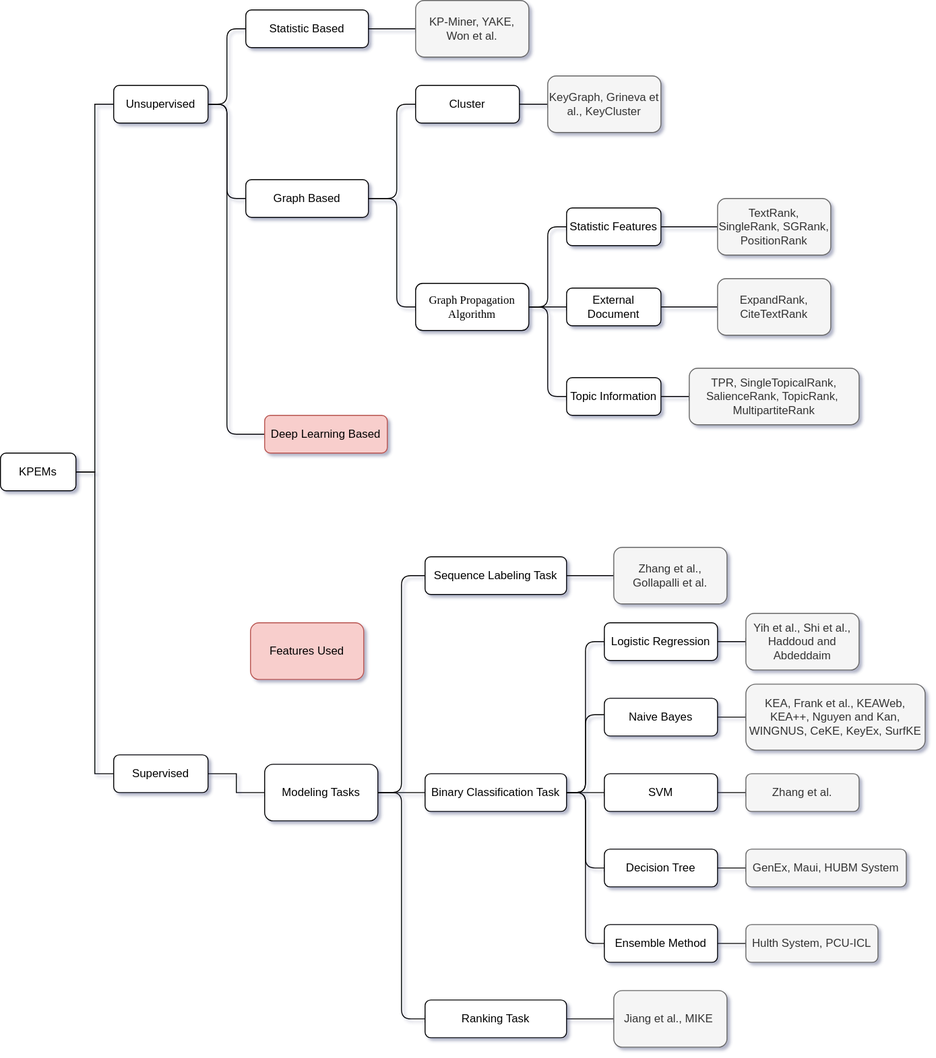
This is 草稿/Untitled Diagram.drawio.svg from sjchasel/stock_prediction, a draw.io export, as it was before one commit. Source tidied: cells renumbered, new cells last; positions are measured from the earlier drawing's top-left corner, leaving out a move shared by most shapes.
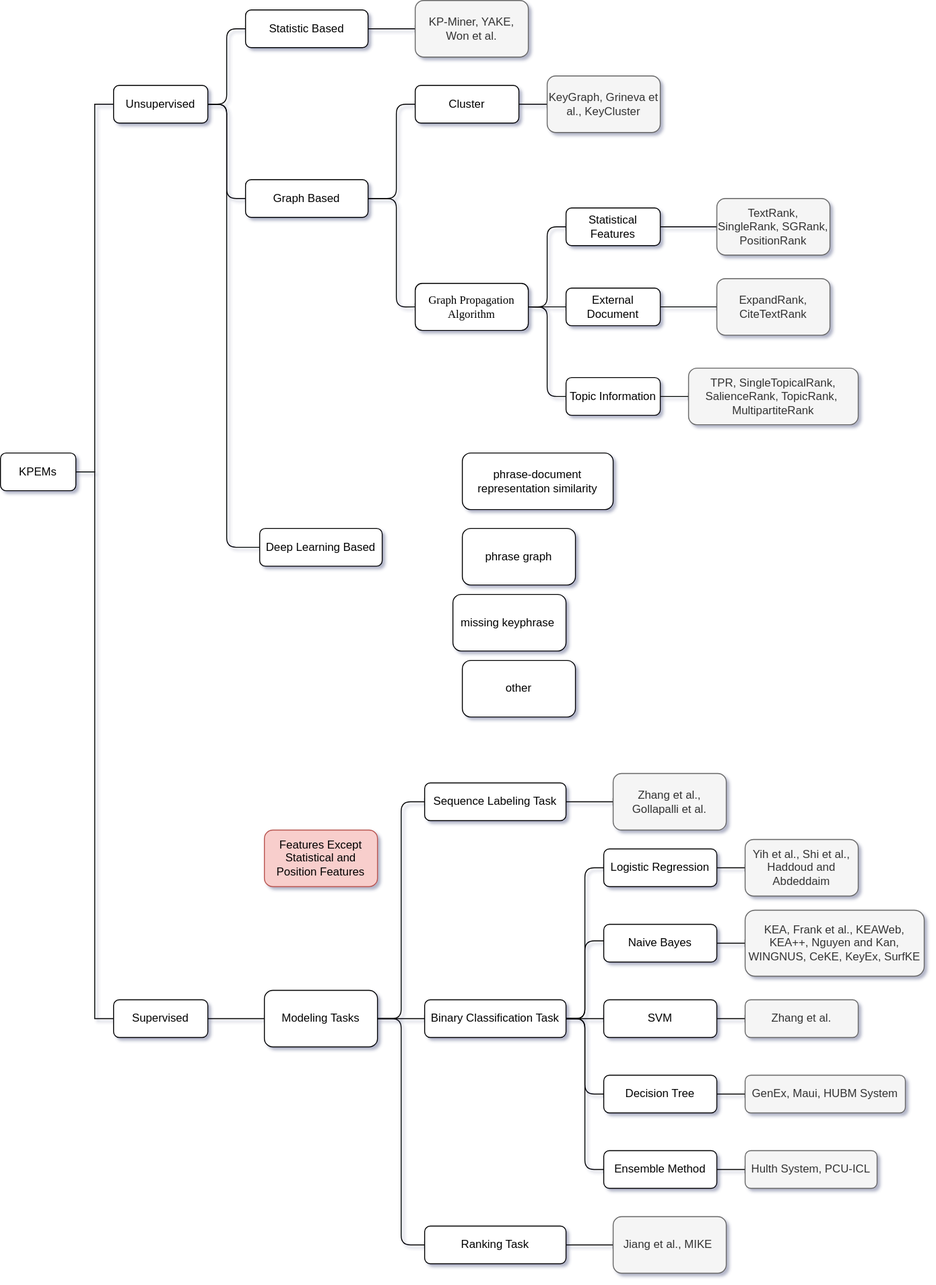
Above is the later version.

Change to the diagram source:
```diff
@@ -21,7 +21,7 @@
       <mxGeometry relative="1" as="geometry">
         <Array as="points">
           <mxPoint x="240" y="110" />
-          <mxPoint x="240" y="460" />
+          <mxPoint x="240" y="580" />
         </Array>
       </mxGeometry>
     </mxCell>
@@ -32,7 +32,7 @@
       <mxGeometry relative="1" as="geometry" />
     </mxCell>
     <mxCell id="10" value="Supervised" style="rounded=1;whiteSpace=wrap;html=1;" parent="1" vertex="1">
-      <mxGeometry x="120" y="800" width="100" height="40" as="geometry" />
+      <mxGeometry x="120" y="1060" width="100" height="40" as="geometry" />
     </mxCell>
     <mxCell id="11" style="edgeStyle=orthogonalEdgeStyle;curved=0;rounded=1;sketch=0;jettySize=auto;html=1;exitX=1;exitY=0.5;exitDx=0;exitDy=0;entryX=0;entryY=0.5;entryDx=0;entryDy=0;fontSize=12;endArrow=baseDash;endFill=0;" parent="1" edge="1" source="12" target="17">
       <mxGeometry relative="1" as="geometry" />
@@ -59,8 +59,8 @@
     <mxCell id="15" value="Graph Based" style="rounded=1;whiteSpace=wrap;html=1;" parent="1" vertex="1">
       <mxGeometry x="260" y="190" width="130" height="40" as="geometry" />
     </mxCell>
-    <mxCell id="16" value="Deep Learning Based" style="rounded=1;whiteSpace=wrap;html=1;fillColor=#f8cecc;strokeColor=#b85450;" parent="1" vertex="1">
-      <mxGeometry x="280" y="440" width="130" height="40" as="geometry" />
+    <mxCell id="16" value="Deep Learning Based" style="rounded=1;whiteSpace=wrap;html=1;" parent="1" vertex="1">
+      <mxGeometry x="275" y="560" width="130" height="40" as="geometry" />
     </mxCell>
     <mxCell id="17" value="KP-Miner, YAKE, Won et al." style="rounded=1;whiteSpace=wrap;html=1;fillColor=#f5f5f5;strokeColor=#666666;fontColor=#333333;" parent="1" vertex="1">
       <mxGeometry x="440" width="120" height="60" as="geometry" />
@@ -95,7 +95,7 @@
     <mxCell id="27" style="edgeStyle=orthogonalEdgeStyle;curved=0;rounded=1;sketch=0;jettySize=auto;html=1;exitX=1;exitY=0.5;exitDx=0;exitDy=0;entryX=0;entryY=0.5;entryDx=0;entryDy=0;fontSize=12;endArrow=baseDash;endFill=0;" parent="1" edge="1" source="28" target="31">
       <mxGeometry relative="1" as="geometry" />
     </mxCell>
-    <mxCell id="28" value="Statistic Features" style="rounded=1;whiteSpace=wrap;html=1;sketch=0;" parent="1" vertex="1">
+    <mxCell id="28" value="Statistical Features" style="rounded=1;whiteSpace=wrap;html=1;sketch=0;" parent="1" vertex="1">
       <mxGeometry x="600" y="220" width="100" height="40" as="geometry" />
     </mxCell>
     <mxCell id="29" style="edgeStyle=orthogonalEdgeStyle;curved=0;rounded=1;sketch=0;jettySize=auto;html=1;exitX=1;exitY=0.5;exitDx=0;exitDy=0;entryX=0;entryY=0.5;entryDx=0;entryDy=0;fontSize=12;endArrow=baseDash;endFill=0;" parent="1" edge="1" source="30" target="32">
@@ -113,8 +113,8 @@
     <mxCell id="33" value="TPR, SingleTopicalRank, SalienceRank, TopicRank,&amp;nbsp;&lt;br&gt;MultipartiteRank" style="rounded=1;whiteSpace=wrap;html=1;sketch=0;fillColor=#f5f5f5;fontColor=#333333;strokeColor=#666666;" parent="1" vertex="1">
       <mxGeometry x="730" y="390" width="180" height="60" as="geometry" />
     </mxCell>
-    <mxCell id="34" value="Features Used" style="rounded=1;whiteSpace=wrap;html=1;sketch=0;fontSize=12;fillColor=#f8cecc;strokeColor=#b85450;" parent="1" vertex="1">
-      <mxGeometry x="265" y="660" width="120" height="60" as="geometry" />
+    <mxCell id="34" value="Features Except Statistical and Position Features" style="rounded=1;whiteSpace=wrap;html=1;sketch=0;fontSize=12;fillColor=#f8cecc;strokeColor=#b85450;" parent="1" vertex="1">
+      <mxGeometry x="280" y="880" width="120" height="60" as="geometry" />
     </mxCell>
     <mxCell id="35" style="edgeStyle=orthogonalEdgeStyle;curved=0;rounded=1;sketch=0;jettySize=auto;html=1;exitX=1;exitY=0.5;exitDx=0;exitDy=0;entryX=0;entryY=0.5;entryDx=0;entryDy=0;fontSize=12;endArrow=baseDash;endFill=0;" parent="1" edge="1" source="38" target="40">
       <mxGeometry relative="1" as="geometry" />
@@ -126,13 +126,13 @@
       <mxGeometry relative="1" as="geometry" />
     </mxCell>
     <mxCell id="38" value="Modeling Tasks" style="rounded=1;whiteSpace=wrap;html=1;sketch=0;fontSize=12;" parent="1" vertex="1">
-      <mxGeometry x="280" y="810" width="120" height="60" as="geometry" />
+      <mxGeometry x="280" y="1050" width="120" height="60" as="geometry" />
     </mxCell>
     <mxCell id="39" style="edgeStyle=orthogonalEdgeStyle;curved=0;rounded=1;sketch=0;jettySize=auto;html=1;exitX=1;exitY=0.5;exitDx=0;exitDy=0;fontSize=12;endArrow=baseDash;endFill=0;" parent="1" edge="1" source="40" target="49">
       <mxGeometry relative="1" as="geometry" />
     </mxCell>
     <mxCell id="40" value="Sequence Labeling Task" style="rounded=1;whiteSpace=wrap;html=1;sketch=0;fontSize=12;" parent="1" vertex="1">
-      <mxGeometry x="450" y="590" width="150" height="40" as="geometry" />
+      <mxGeometry x="450" y="830" width="150" height="40" as="geometry" />
     </mxCell>
     <mxCell id="41" style="edgeStyle=orthogonalEdgeStyle;curved=0;rounded=1;sketch=0;jettySize=auto;html=1;exitX=1;exitY=0.5;exitDx=0;exitDy=0;fontSize=12;endArrow=baseDash;endFill=0;" parent="1" edge="1" source="46" target="55">
       <mxGeometry relative="1" as="geometry" />
@@ -150,64 +150,76 @@
       <mxGeometry relative="1" as="geometry" />
     </mxCell>
     <mxCell id="46" value="Binary Classification Task" style="rounded=1;whiteSpace=wrap;html=1;sketch=0;fontSize=12;" parent="1" vertex="1">
-      <mxGeometry x="450" y="820" width="150" height="40" as="geometry" />
+      <mxGeometry x="450" y="1060" width="150" height="40" as="geometry" />
     </mxCell>
     <mxCell id="47" style="edgeStyle=orthogonalEdgeStyle;curved=0;rounded=1;sketch=0;jettySize=auto;html=1;exitX=1;exitY=0.5;exitDx=0;exitDy=0;fontSize=12;endArrow=baseDash;endFill=0;" parent="1" edge="1" source="48" target="60">
       <mxGeometry relative="1" as="geometry" />
     </mxCell>
     <mxCell id="48" value="Ranking Task" style="rounded=1;whiteSpace=wrap;html=1;sketch=0;fontSize=12;" parent="1" vertex="1">
-      <mxGeometry x="450" y="1060" width="150" height="40" as="geometry" />
+      <mxGeometry x="450" y="1300" width="150" height="40" as="geometry" />
     </mxCell>
     <mxCell id="49" value="Zhang et al., Gollapalli et al." style="rounded=1;whiteSpace=wrap;html=1;sketch=0;fontSize=12;fillColor=#f5f5f5;fontColor=#333333;strokeColor=#666666;" parent="1" vertex="1">
-      <mxGeometry x="650" y="580" width="120" height="60" as="geometry" />
+      <mxGeometry x="650" y="820" width="120" height="60" as="geometry" />
     </mxCell>
     <mxCell id="50" style="edgeStyle=orthogonalEdgeStyle;rounded=0;jettySize=auto;html=1;exitX=1;exitY=0.5;exitDx=0;exitDy=0;entryX=0;entryY=0.5;entryDx=0;entryDy=0;endArrow=baseDash;endFill=0;" parent="1" edge="1" source="51" target="61">
       <mxGeometry relative="1" as="geometry" />
     </mxCell>
     <mxCell id="51" value="Logistic Regression" style="rounded=1;whiteSpace=wrap;html=1;sketch=0;fontSize=12;" parent="1" vertex="1">
-      <mxGeometry x="640" y="660" width="120" height="40" as="geometry" />
+      <mxGeometry x="640" y="900" width="120" height="40" as="geometry" />
     </mxCell>
     <mxCell id="52" style="edgeStyle=orthogonalEdgeStyle;rounded=0;jettySize=auto;html=1;exitX=1;exitY=0.5;exitDx=0;exitDy=0;endArrow=baseDash;endFill=0;" parent="1" edge="1" source="53" target="65">
       <mxGeometry relative="1" as="geometry" />
     </mxCell>
     <mxCell id="53" value="Naive Bayes" style="rounded=1;whiteSpace=wrap;html=1;sketch=0;fontSize=12;" parent="1" vertex="1">
-      <mxGeometry x="640" y="740" width="120" height="40" as="geometry" />
+      <mxGeometry x="640" y="980" width="120" height="40" as="geometry" />
     </mxCell>
     <mxCell id="54" style="edgeStyle=orthogonalEdgeStyle;rounded=0;jettySize=auto;html=1;exitX=1;exitY=0.5;exitDx=0;exitDy=0;entryX=0;entryY=0.5;entryDx=0;entryDy=0;endArrow=baseDash;endFill=0;" parent="1" edge="1" source="55" target="62">
       <mxGeometry relative="1" as="geometry" />
     </mxCell>
     <mxCell id="55" value="SVM" style="rounded=1;whiteSpace=wrap;html=1;sketch=0;fontSize=12;" parent="1" vertex="1">
-      <mxGeometry x="640" y="820" width="120" height="40" as="geometry" />
+      <mxGeometry x="640" y="1060" width="120" height="40" as="geometry" />
     </mxCell>
     <mxCell id="56" style="edgeStyle=orthogonalEdgeStyle;rounded=0;jettySize=auto;html=1;exitX=1;exitY=0.5;exitDx=0;exitDy=0;entryX=0;entryY=0.5;entryDx=0;entryDy=0;endArrow=baseDash;endFill=0;" parent="1" edge="1" source="57" target="63">
       <mxGeometry relative="1" as="geometry" />
     </mxCell>
     <mxCell id="57" value="Decision Tree" style="rounded=1;whiteSpace=wrap;html=1;sketch=0;fontSize=12;" parent="1" vertex="1">
-      <mxGeometry x="640" y="900" width="120" height="40" as="geometry" />
+      <mxGeometry x="640" y="1140" width="120" height="40" as="geometry" />
     </mxCell>
     <mxCell id="58" style="edgeStyle=orthogonalEdgeStyle;rounded=0;jettySize=auto;html=1;exitX=1;exitY=0.5;exitDx=0;exitDy=0;entryX=0;entryY=0.5;entryDx=0;entryDy=0;endArrow=baseDash;endFill=0;" parent="1" edge="1" source="59" target="64">
       <mxGeometry relative="1" as="geometry" />
     </mxCell>
     <mxCell id="59" value="Ensemble Method" style="rounded=1;whiteSpace=wrap;html=1;sketch=0;fontSize=12;" parent="1" vertex="1">
-      <mxGeometry x="640" y="980" width="120" height="40" as="geometry" />
+      <mxGeometry x="640" y="1220" width="120" height="40" as="geometry" />
     </mxCell>
     <mxCell id="60" value="Jiang et al., MIKE&amp;nbsp;" style="rounded=1;whiteSpace=wrap;html=1;sketch=0;fontSize=12;fillColor=#f5f5f5;fontColor=#333333;strokeColor=#666666;" parent="1" vertex="1">
-      <mxGeometry x="650" y="1050" width="120" height="60" as="geometry" />
+      <mxGeometry x="650" y="1290" width="120" height="60" as="geometry" />
     </mxCell>
     <mxCell id="61" value="Yih et al., Shi et al., Haddoud and Abdeddaim" style="rounded=1;whiteSpace=wrap;html=1;sketch=0;fontSize=12;fillColor=#f5f5f5;fontColor=#333333;strokeColor=#666666;" parent="1" vertex="1">
-      <mxGeometry x="790" y="650" width="120" height="60" as="geometry" />
+      <mxGeometry x="790" y="890" width="120" height="60" as="geometry" />
     </mxCell>
     <mxCell id="62" value="Zhang et al." style="rounded=1;whiteSpace=wrap;html=1;sketch=0;fontSize=12;fillColor=#f5f5f5;fontColor=#333333;strokeColor=#666666;" parent="1" vertex="1">
-      <mxGeometry x="790" y="820" width="120" height="40" as="geometry" />
+      <mxGeometry x="790" y="1060" width="120" height="40" as="geometry" />
     </mxCell>
     <mxCell id="63" value="GenEx, Maui, HUBM System" style="rounded=1;whiteSpace=wrap;html=1;sketch=0;fontSize=12;fillColor=#f5f5f5;fontColor=#333333;strokeColor=#666666;" parent="1" vertex="1">
-      <mxGeometry x="790" y="900" width="170" height="40" as="geometry" />
+      <mxGeometry x="790" y="1140" width="170" height="40" as="geometry" />
     </mxCell>
     <mxCell id="64" value="Hulth System, PCU-ICL" style="rounded=1;whiteSpace=wrap;html=1;sketch=0;fontSize=12;fillColor=#f5f5f5;fontColor=#333333;strokeColor=#666666;" parent="1" vertex="1">
-      <mxGeometry x="790" y="980" width="140" height="40" as="geometry" />
+      <mxGeometry x="790" y="1220" width="140" height="40" as="geometry" />
     </mxCell>
     <mxCell id="65" value="KEA, Frank et al., KEAWeb, KEA++, Nguyen and Kan, WINGNUS, CeKE, KeyEx, SurfKE" style="rounded=1;whiteSpace=wrap;html=1;sketch=0;fontSize=12;fillColor=#f5f5f5;fontColor=#333333;strokeColor=#666666;" parent="1" vertex="1">
-      <mxGeometry x="790" y="725" width="190" height="70" as="geometry" />
+      <mxGeometry x="790" y="965" width="190" height="70" as="geometry" />
     </mxCell>
+    <mxCell id="66" value="phrase-document representation similarity" style="rounded=1;whiteSpace=wrap;html=1;" parent="1" vertex="1">
+      <mxGeometry x="490" y="480" width="160" height="60" as="geometry" />
+    </mxCell>
+    <mxCell id="67" value="phrase graph" style="rounded=1;whiteSpace=wrap;html=1;" parent="1" vertex="1">
+      <mxGeometry x="490" y="560" width="120" height="60" as="geometry" />
+    </mxCell>
+    <mxCell id="68" value="missing keyphrase&amp;nbsp;" style="rounded=1;whiteSpace=wrap;html=1;" parent="1" vertex="1">
+      <mxGeometry x="480" y="630" width="120" height="60" as="geometry" />
+    </mxCell>
+    <mxCell id="69" value="other" style="rounded=1;whiteSpace=wrap;html=1;" parent="1" vertex="1">
+      <mxGeometry x="490" y="700" width="120" height="60" as="geometry" />
+    </mxCell>
   </root>
 </mxGraphModel>
```
